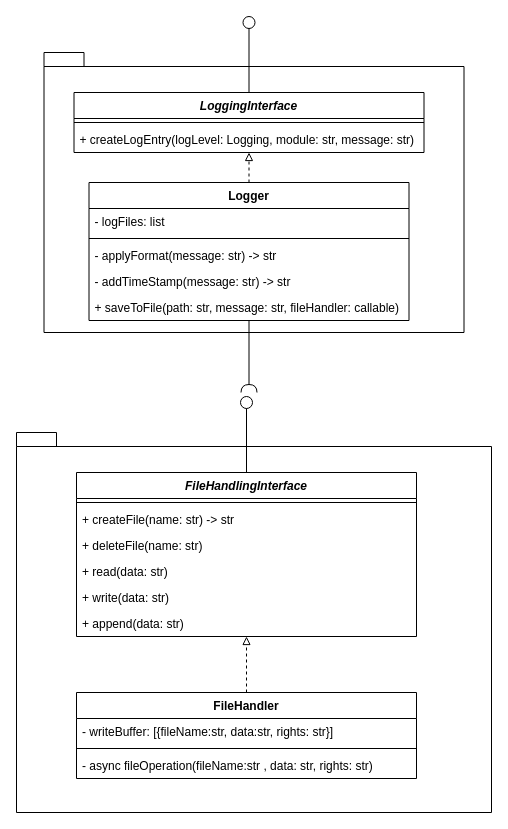
The draw.io diagram Architecture/Logging.drawio in Uhgtred/Car_Infotainment_System, before the edit. Source tidied: cells renumbered, new cells numbered last; positions are measured from the earlier drawing's top-left corner, leaving out a move shared by most shapes. Both pictures are drawn from the tidied source at 100%, with x=0, y=0 at pixel (16, 22).
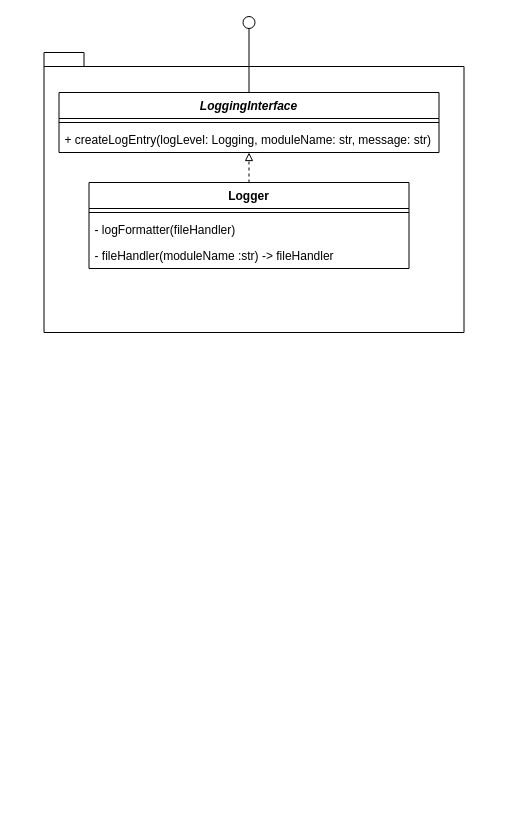
After the change.

Commit message (it also covers changes not shown here):
Implementation of logging

Unchanged cells that the change refers to:
```xml
<mxCell id="17" style="group;" parent="1" vertex="1">
  <mxGeometry x="27.5" width="420" height="370" as="geometry" />
</mxCell>
<mxCell id="19" style="group;" parent="18" vertex="1">
  <mxGeometry y="30" width="420" height="280" as="geometry" />
</mxCell>
```

What changed in the source:
```diff
@@
-    <mxCell id="2" style="group;" parent="1" vertex="1">
-      <mxGeometry y="380" width="475" height="410" as="geometry" />
-    </mxCell>
-    <mxCell id="3" style="shape=folder;fontStyle=1;spacingTop=10;tabWidth=40;tabHeight=14;tabPosition=left;html=1;" parent="2" vertex="1">
-      <mxGeometry y="30" width="475" height="380" as="geometry" />
-    </mxCell>
-    <mxCell id="4" value="FileHandler" style="swimlane;fontStyle=1;align=center;verticalAlign=top;horizontal=1;startSize=26;" parent="2" vertex="1">
-      <mxGeometry x="60" y="290" width="340" height="86" as="geometry" />
-    </mxCell>
-    <mxCell id="5" value="- writeBuffer: [{fileName:str, data:str, rights: str}]" style="text;strokeColor=none;fillColor=none;align=left;verticalAlign=top;spacingLeft=4;spacingRight=4;overflow=hidden;" parent="4" vertex="1">
-      <mxGeometry y="26" width="340" height="26" as="geometry" />
-    </mxCell>
-    <mxCell id="6" style="line;strokeWidth=1;fillColor=none;align=left;verticalAlign=middle;spacingTop=-1;spacingLeft=3;spacingRight=3;labelPosition=right;strokeColor=inherit;" parent="4" vertex="1">
-      <mxGeometry y="52" width="340" height="8" as="geometry" />
-    </mxCell>
-    <mxCell id="7" value="- async fileOperation(fileName:str , data: str, rights: str)" style="text;strokeColor=none;fillColor=none;align=left;verticalAlign=top;spacingLeft=4;spacingRight=4;overflow=hidden;" parent="4" vertex="1">
-      <mxGeometry y="60" width="340" height="26" as="geometry" />
-    </mxCell>
-    <mxCell id="8" value="FileHandlingInterface" style="swimlane;fontStyle=3;align=center;verticalAlign=top;horizontal=1;startSize=26;" parent="2" vertex="1">
-      <mxGeometry x="60" y="70" width="340" height="164" as="geometry" />
-    </mxCell>
-    <mxCell id="9" style="line;strokeWidth=1;fillColor=none;align=left;verticalAlign=middle;spacingTop=-1;spacingLeft=3;spacingRight=3;labelPosition=right;strokeColor=inherit;" parent="8" vertex="1">
-      <mxGeometry y="26" width="340" height="8" as="geometry" />
-    </mxCell>
-    <mxCell id="10" value="+ createFile(name: str) -&gt; str" style="text;strokeColor=none;fillColor=none;align=left;verticalAlign=top;spacingLeft=4;spacingRight=4;overflow=hidden;" parent="8" vertex="1">
-      <mxGeometry y="34" width="340" height="26" as="geometry" />
-    </mxCell>
-    <mxCell id="11" value="+ deleteFile(name: str)" style="text;strokeColor=none;fillColor=none;align=left;verticalAlign=top;spacingLeft=4;spacingRight=4;overflow=hidden;" parent="8" vertex="1">
-      <mxGeometry y="60" width="340" height="26" as="geometry" />
-    </mxCell>
-    <mxCell id="12" value="+ read(data: str)" style="text;strokeColor=none;fillColor=none;align=left;verticalAlign=top;spacingLeft=4;spacingRight=4;overflow=hidden;" parent="8" vertex="1">
-      <mxGeometry y="86" width="340" height="26" as="geometry" />
-    </mxCell>
-    <mxCell id="13" value="+ write(data: str)" style="text;strokeColor=none;fillColor=none;align=left;verticalAlign=top;spacingLeft=4;spacingRight=4;overflow=hidden;" parent="8" vertex="1">
-      <mxGeometry y="112" width="340" height="26" as="geometry" />
-    </mxCell>
-    <mxCell id="14" value="+ append(data: str)" style="text;strokeColor=none;fillColor=none;align=left;verticalAlign=top;spacingLeft=4;spacingRight=4;overflow=hidden;" parent="8" vertex="1">
-      <mxGeometry y="138" width="340" height="26" as="geometry" />
-    </mxCell>
-    <mxCell id="15" style="edgeStyle=orthogonalEdgeStyle;rounded=0;jettySize=auto;html=1;dashed=1;endArrow=block;endFill=0;" parent="2" edge="1" source="4" target="8">
-      <mxGeometry relative="1" as="geometry" />
-    </mxCell>
-    <mxCell id="16" style="html=1;verticalAlign=bottom;labelBackgroundColor=none;endArrow=oval;endFill=0;endSize=12;rounded=0;exitX=0.5;exitY=0;exitDx=0;exitDy=0;" parent="2" edge="1" source="8">
-      <mxGeometry relative="1" as="geometry">
-        <mxPoint x="230" as="targetPoint" />
-      </mxGeometry>
-    </mxCell>
@@
     <mxCell id="21" value="LoggingInterface" style="swimlane;fontStyle=3;align=center;verticalAlign=top;horizontal=1;startSize=26;" parent="19" vertex="1">
-      <mxGeometry x="30" y="40" width="350" height="60" as="geometry" />
+      <mxGeometry x="15" y="40" width="380" height="60" as="geometry" />
     </mxCell>
     <mxCell id="22" style="line;strokeWidth=1;fillColor=none;align=left;verticalAlign=middle;spacingTop=-1;spacingLeft=3;spacingRight=3;labelPosition=right;strokeColor=inherit;" parent="21" vertex="1">
-      <mxGeometry y="26" width="350" height="8" as="geometry" />
+      <mxGeometry y="26" width="380" height="8" as="geometry" />
     </mxCell>
-    <mxCell id="23" value="+ createLogEntry(logLevel: Logging, module: str, message: str)" style="text;strokeColor=none;fillColor=none;align=left;verticalAlign=top;spacingLeft=4;spacingRight=4;overflow=hidden;" parent="21" vertex="1">
-      <mxGeometry y="34" width="350" height="26" as="geometry" />
+    <mxCell id="23" value="+ createLogEntry(logLevel: Logging, moduleName: str, message: str)" style="text;strokeColor=none;fillColor=none;align=left;verticalAlign=top;spacingLeft=4;spacingRight=4;overflow=hidden;" parent="21" vertex="1">
+      <mxGeometry y="34" width="380" height="26" as="geometry" />
     </mxCell>
@@
     <mxCell id="25" value="Logger" style="swimlane;fontStyle=1;align=center;verticalAlign=top;horizontal=1;startSize=26;" parent="19" vertex="1">
-      <mxGeometry x="45" y="130" width="320" height="138" as="geometry" />
+      <mxGeometry x="45" y="130" width="320" height="86" as="geometry" />
     </mxCell>
-    <mxCell id="26" value="- logFiles: list" style="text;strokeColor=none;fillColor=none;align=left;verticalAlign=top;spacingLeft=4;spacingRight=4;overflow=hidden;" parent="25" vertex="1">
-      <mxGeometry y="26" width="320" height="26" as="geometry" />
-    </mxCell>
     <mxCell id="27" style="line;strokeWidth=1;fillColor=none;align=left;verticalAlign=middle;spacingTop=-1;spacingLeft=3;spacingRight=3;labelPosition=right;strokeColor=inherit;" parent="25" vertex="1">
-      <mxGeometry y="52" width="320" height="8" as="geometry" />
+      <mxGeometry y="26" width="320" height="8" as="geometry" />
     </mxCell>
-    <mxCell id="28" value="- applyFormat(message: str) -&gt; str" style="text;strokeColor=none;fillColor=none;align=left;verticalAlign=top;spacingLeft=4;spacingRight=4;overflow=hidden;" parent="25" vertex="1">
-      <mxGeometry y="60" width="320" height="26" as="geometry" />
+    <mxCell id="28" value="- logFormatter(fileHandler)" style="text;strokeColor=none;fillColor=none;align=left;verticalAlign=top;spacingLeft=4;spacingRight=4;overflow=hidden;" parent="25" vertex="1">
+      <mxGeometry y="34" width="320" height="26" as="geometry" />
     </mxCell>
-    <mxCell id="29" value="- addTimeStamp(message: str) -&gt; str" style="text;strokeColor=none;fillColor=none;align=left;verticalAlign=top;spacingLeft=4;spacingRight=4;overflow=hidden;" parent="25" vertex="1">
-      <mxGeometry y="86" width="320" height="26" as="geometry" />
+    <mxCell id="29" value="- fileHandler(moduleName :str) -&gt; fileHandler" style="text;strokeColor=none;fillColor=none;align=left;verticalAlign=top;spacingLeft=4;spacingRight=4;overflow=hidden;" parent="25" vertex="1">
+      <mxGeometry y="60" width="320" height="26" as="geometry" />
     </mxCell>
-    <mxCell id="30" value="+ saveToFile(path: str, message: str, fileHandler: callable)" style="text;strokeColor=none;fillColor=none;align=left;verticalAlign=top;spacingLeft=4;spacingRight=4;overflow=hidden;" parent="25" vertex="1">
-      <mxGeometry y="112" width="320" height="26" as="geometry" />
-    </mxCell>
@@
-    <mxCell id="32" style="html=1;verticalAlign=bottom;labelBackgroundColor=none;endArrow=halfCircle;endFill=0;endSize=6;rounded=0;" parent="17" edge="1" source="25">
-      <mxGeometry relative="1" as="geometry">
-        <mxPoint x="205" y="370" as="targetPoint" />
-      </mxGeometry>
-    </mxCell>
```
